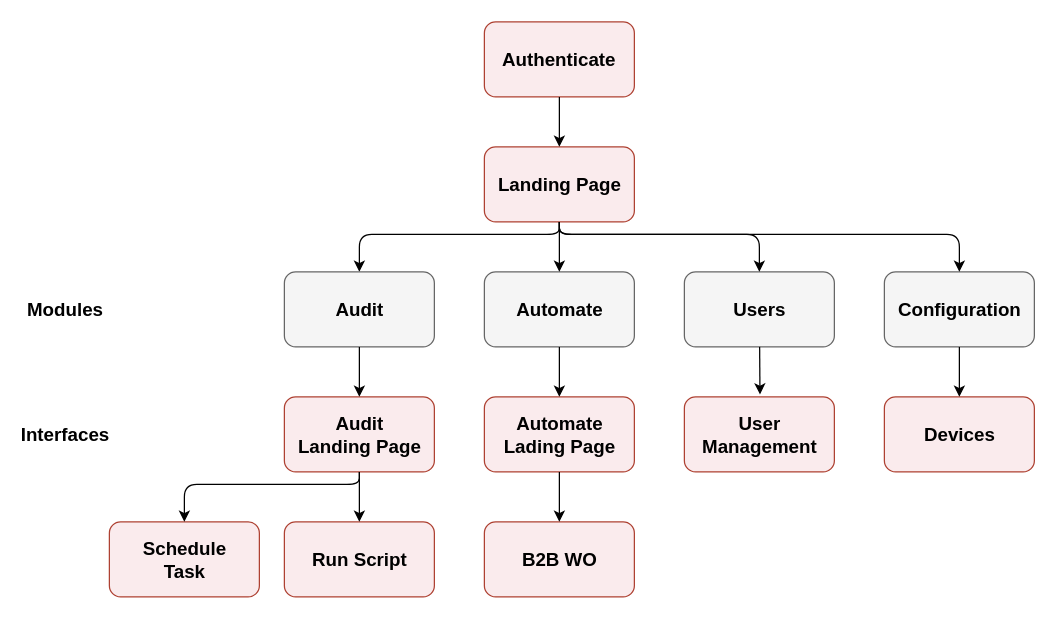
DrXneaky/Diagram keeps this draw.io diagram as diagram_interface.drawio. Above is the earlier version. Source tidied: cells renumbered, new cells numbered last; positions are measured from the earlier drawing's top-left corner, leaving out a move shared by most shapes. Both pictures are drawn from the tidied source at 125%, with x=0, y=0 at pixel (21, 21).
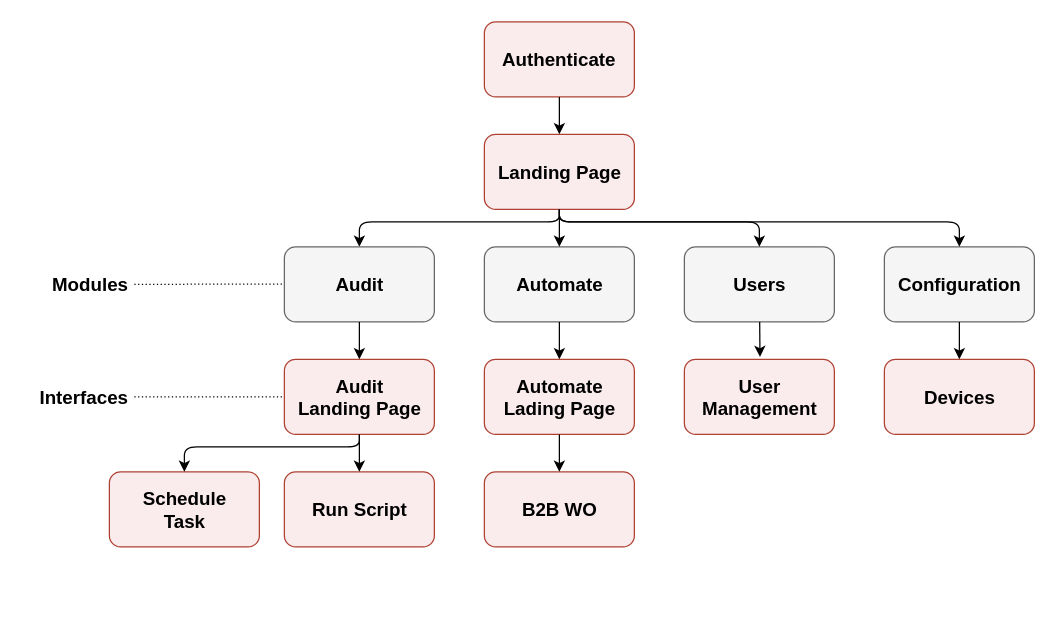
After the change.

Diff of the diagram source:
```diff
@@
     <mxCell id="3" style="rounded=1;whiteSpace=wrap;html=1;strokeColor=#ae4132;fillColor=#FAEBED;" parent="1" vertex="1">
-      <mxGeometry x="370" y="100" width="120" height="60" as="geometry" />
+      <mxGeometry x="370" y="90" width="120" height="60" as="geometry" />
     </mxCell>
     <mxCell id="4" style="rounded=1;whiteSpace=wrap;html=1;strokeColor=#ae4132;fillColor=#FAEBED;" parent="1" vertex="1">
-      <mxGeometry x="210" y="300" width="120" height="60" as="geometry" />
+      <mxGeometry x="210" y="270" width="120" height="60" as="geometry" />
     </mxCell>
     <mxCell id="5" style="rounded=1;whiteSpace=wrap;html=1;fillColor=#f5f5f5;strokeColor=#666666;fontColor=#333333;" parent="1" vertex="1">
-      <mxGeometry x="370" y="200" width="120" height="60" as="geometry" />
+      <mxGeometry x="370" y="180" width="120" height="60" as="geometry" />
     </mxCell>
     <mxCell id="6" style="rounded=1;whiteSpace=wrap;html=1;fillColor=#f5f5f5;strokeColor=#666666;fontColor=#333333;" parent="1" vertex="1">
-      <mxGeometry x="530" y="200" width="120" height="60" as="geometry" />
+      <mxGeometry x="530" y="180" width="120" height="60" as="geometry" />
     </mxCell>
     <mxCell id="7" style="rounded=1;whiteSpace=wrap;html=1;fillColor=#f5f5f5;strokeColor=#666666;fontColor=#333333;" parent="1" vertex="1">
-      <mxGeometry x="690" y="200" width="120" height="60" as="geometry" />
+      <mxGeometry x="690" y="180" width="120" height="60" as="geometry" />
     </mxCell>
     <mxCell id="8" style="rounded=1;whiteSpace=wrap;html=1;strokeColor=#ae4132;fillColor=#FAEBED;" parent="1" vertex="1">
-      <mxGeometry x="210" y="400" width="120" height="60" as="geometry" />
+      <mxGeometry x="210" y="360" width="120" height="60" as="geometry" />
     </mxCell>
     <mxCell id="9" style="rounded=1;whiteSpace=wrap;html=1;strokeColor=#ae4132;fillColor=#FAEBED;" parent="1" vertex="1">
-      <mxGeometry x="370" y="300" width="120" height="60" as="geometry" />
+      <mxGeometry x="370" y="270" width="120" height="60" as="geometry" />
     </mxCell>
     <mxCell id="10" style="rounded=1;whiteSpace=wrap;html=1;strokeColor=#ae4132;fillColor=#FAEBED;" parent="1" vertex="1">
-      <mxGeometry x="530" y="300" width="120" height="60" as="geometry" />
+      <mxGeometry x="530" y="270" width="120" height="60" as="geometry" />
     </mxCell>
     <mxCell id="11" style="rounded=1;whiteSpace=wrap;html=1;strokeColor=#ae4132;fillColor=#FAEBED;" parent="1" vertex="1">
-      <mxGeometry x="690" y="300" width="120" height="60" as="geometry" />
+      <mxGeometry x="690" y="270" width="120" height="60" as="geometry" />
     </mxCell>
     <mxCell id="12" style="rounded=1;whiteSpace=wrap;html=1;strokeColor=#ae4132;fillColor=#FAEBED;" parent="1" vertex="1">
-      <mxGeometry x="70" y="400" width="120" height="60" as="geometry" />
+      <mxGeometry x="70" y="360" width="120" height="60" as="geometry" />
     </mxCell>
@@
     <mxCell id="14" style="endArrow=classic;html=1;exitX=0.5;exitY=1;exitDx=0;exitDy=0;entryX=0.5;entryY=0;entryDx=0;entryDy=0;" parent="1" edge="1" source="3" target="35">
       <mxGeometry relative="1" as="geometry">
         <Array as="points">
-          <mxPoint x="430" y="170" />
-          <mxPoint x="270" y="170" />
+          <mxPoint x="430" y="160" />
+          <mxPoint x="270" y="160" />
         </Array>
       </mxGeometry>
     </mxCell>
@@
     <mxCell id="16" style="endArrow=classic;html=1;exitX=0.5;exitY=1;exitDx=0;exitDy=0;entryX=0.5;entryY=0;entryDx=0;entryDy=0;" parent="1" edge="1" source="3" target="6">
       <mxGeometry relative="1" as="geometry">
         <Array as="points">
-          <mxPoint x="430" y="170" />
-          <mxPoint x="590" y="170" />
+          <mxPoint x="430" y="160" />
+          <mxPoint x="590" y="160" />
         </Array>
       </mxGeometry>
     </mxCell>
     <mxCell id="17" style="endArrow=classic;html=1;entryX=0.5;entryY=0;entryDx=0;entryDy=0;exitX=0.5;exitY=1;exitDx=0;exitDy=0;" parent="1" edge="1" source="3" target="7">
       <mxGeometry relative="1" as="geometry">
         <Array as="points">
-          <mxPoint x="430" y="170" />
-          <mxPoint x="750" y="170" />
+          <mxPoint x="430" y="160" />
+          <mxPoint x="750" y="160" />
         </Array>
       </mxGeometry>
     </mxCell>
@@
     <mxCell id="22" style="endArrow=classic;html=1;exitX=0.5;exitY=1;exitDx=0;exitDy=0;entryX=0.5;entryY=0;entryDx=0;entryDy=0;" parent="1" edge="1" source="4" target="12">
       <mxGeometry relative="1" as="geometry">
         <Array as="points">
-          <mxPoint x="270" y="370" />
-          <mxPoint x="130" y="370" />
+          <mxPoint x="270" y="340" />
+          <mxPoint x="130" y="340" />
         </Array>
       </mxGeometry>
     </mxCell>
     <mxCell id="23" style="edgeStyle=orthogonalEdgeStyle;rounded=0;orthogonalLoop=1;jettySize=auto;html=1;exitX=0.5;exitY=1;exitDx=0;exitDy=0;" parent="1" edge="1">
       <mxGeometry relative="1" as="geometry">
-        <mxPoint x="30" y="240" as="sourcePoint" />
-        <mxPoint x="30" y="240" as="targetPoint" />
+        <mxPoint x="50" y="220" as="sourcePoint" />
+        <mxPoint x="50" y="220" as="targetPoint" />
       </mxGeometry>
     </mxCell>
@@
     <mxCell id="25" value="&lt;font face=&quot;Old Standard TT&quot; style=&quot;font-size: 15px&quot;&gt;Landing Page&lt;/font&gt;" style="text;html=1;strokeColor=none;fillColor=none;align=center;verticalAlign=middle;whiteSpace=wrap;rounded=0;fontStyle=1;" parent="1" vertex="1">
-      <mxGeometry x="377.5" y="120" width="105" height="20" as="geometry" />
+      <mxGeometry x="377.5" y="110" width="105" height="20" as="geometry" />
     </mxCell>
     <mxCell id="26" value="&lt;font face=&quot;Old Standard TT&quot; style=&quot;font-size: 15px&quot;&gt;Audit &lt;br&gt;Landing Page&lt;/font&gt;" style="text;html=1;strokeColor=none;fillColor=none;align=center;verticalAlign=middle;whiteSpace=wrap;rounded=0;fontStyle=1;" parent="1" vertex="1">
-      <mxGeometry x="217.5" y="320" width="105" height="20" as="geometry" />
+      <mxGeometry x="217.5" y="290" width="105" height="20" as="geometry" />
     </mxCell>
     <mxCell id="27" value="&lt;font face=&quot;Old Standard TT&quot; style=&quot;font-size: 15px&quot;&gt;Automate&lt;/font&gt;" style="text;html=1;strokeColor=none;fillColor=none;align=center;verticalAlign=middle;whiteSpace=wrap;rounded=0;fontStyle=1;" parent="1" vertex="1">
-      <mxGeometry x="377.5" y="220" width="105" height="20" as="geometry" />
+      <mxGeometry x="377.5" y="200" width="105" height="20" as="geometry" />
     </mxCell>
     <mxCell id="28" value="&lt;font face=&quot;Old Standard TT&quot;&gt;&lt;span style=&quot;font-size: 15px&quot;&gt;Users&lt;/span&gt;&lt;/font&gt;" style="text;html=1;strokeColor=none;fillColor=none;align=center;verticalAlign=middle;whiteSpace=wrap;rounded=0;fontStyle=1;" parent="1" vertex="1">
-      <mxGeometry x="537.5" y="220" width="105" height="20" as="geometry" />
+      <mxGeometry x="537.5" y="200" width="105" height="20" as="geometry" />
     </mxCell>
     <mxCell id="29" value="&lt;font face=&quot;Old Standard TT&quot;&gt;&lt;span style=&quot;font-size: 15px&quot;&gt;Configuration&lt;/span&gt;&lt;/font&gt;" style="text;html=1;strokeColor=none;fillColor=none;align=center;verticalAlign=middle;whiteSpace=wrap;rounded=0;fontStyle=1;" parent="1" vertex="1">
-      <mxGeometry x="697.5" y="220" width="105" height="20" as="geometry" />
+      <mxGeometry x="697.5" y="200" width="105" height="20" as="geometry" />
     </mxCell>
     <mxCell id="30" value="&lt;font face=&quot;Old Standard TT&quot; style=&quot;font-size: 15px&quot;&gt;Schedule Task&lt;/font&gt;" style="text;html=1;strokeColor=none;fillColor=none;align=center;verticalAlign=middle;whiteSpace=wrap;rounded=0;fontStyle=1;" parent="1" vertex="1">
-      <mxGeometry x="77.5" y="420" width="105" height="20" as="geometry" />
+      <mxGeometry x="77.5" y="380" width="105" height="20" as="geometry" />
     </mxCell>
     <mxCell id="31" value="&lt;font face=&quot;Old Standard TT&quot;&gt;&lt;span style=&quot;font-size: 15px&quot;&gt;Run Script&lt;/span&gt;&lt;/font&gt;" style="text;html=1;strokeColor=none;fillColor=none;align=center;verticalAlign=middle;whiteSpace=wrap;rounded=0;fontStyle=1;" parent="1" vertex="1">
-      <mxGeometry x="217.5" y="420" width="105" height="20" as="geometry" />
+      <mxGeometry x="217.5" y="380" width="105" height="20" as="geometry" />
     </mxCell>
     <mxCell id="32" value="&lt;font face=&quot;Old Standard TT&quot; style=&quot;font-size: 15px&quot;&gt;Automate Lading Page&lt;/font&gt;" style="text;html=1;strokeColor=none;fillColor=none;align=center;verticalAlign=middle;whiteSpace=wrap;rounded=0;fontStyle=1;" parent="1" vertex="1">
-      <mxGeometry x="377.5" y="315" width="105" height="30" as="geometry" />
+      <mxGeometry x="377.5" y="285" width="105" height="30" as="geometry" />
     </mxCell>
     <mxCell id="33" value="&lt;font face=&quot;Old Standard TT&quot; style=&quot;font-size: 15px&quot;&gt;User Management&lt;/font&gt;" style="text;html=1;strokeColor=none;fillColor=none;align=center;verticalAlign=middle;whiteSpace=wrap;rounded=0;fontStyle=1;" parent="1" vertex="1">
-      <mxGeometry x="537.5" y="320" width="105" height="20" as="geometry" />
+      <mxGeometry x="537.5" y="290" width="105" height="20" as="geometry" />
     </mxCell>
     <mxCell id="34" value="&lt;font face=&quot;Old Standard TT&quot; style=&quot;font-size: 15px&quot;&gt;Devices&lt;/font&gt;" style="text;html=1;strokeColor=none;fillColor=none;align=center;verticalAlign=middle;whiteSpace=wrap;rounded=0;fontStyle=1;" parent="1" vertex="1">
-      <mxGeometry x="697.5" y="320" width="105" height="20" as="geometry" />
+      <mxGeometry x="697.5" y="290" width="105" height="20" as="geometry" />
     </mxCell>
     <mxCell id="35" style="rounded=1;whiteSpace=wrap;html=1;fillColor=#f5f5f5;strokeColor=#666666;fontColor=#333333;" parent="1" vertex="1">
-      <mxGeometry x="210" y="200" width="120" height="60" as="geometry" />
+      <mxGeometry x="210" y="180" width="120" height="60" as="geometry" />
     </mxCell>
     <mxCell id="36" value="&lt;font face=&quot;Old Standard TT&quot; style=&quot;font-size: 15px&quot;&gt;Audit&lt;/font&gt;" style="text;html=1;strokeColor=none;fillColor=none;align=center;verticalAlign=middle;whiteSpace=wrap;rounded=0;fontStyle=1;" parent="1" vertex="1">
-      <mxGeometry x="217.5" y="220" width="105" height="20" as="geometry" />
+      <mxGeometry x="217.5" y="200" width="105" height="20" as="geometry" />
     </mxCell>
     <mxCell id="37" style="rounded=1;whiteSpace=wrap;html=1;strokeColor=#ae4132;fillColor=#FAEBED;" parent="1" vertex="1">
-      <mxGeometry x="370" y="400" width="120" height="60" as="geometry" />
+      <mxGeometry x="370" y="360" width="120" height="60" as="geometry" />
     </mxCell>
     <mxCell id="38" value="&lt;font face=&quot;Old Standard TT&quot; style=&quot;font-size: 15px&quot;&gt;B2B WO&lt;/font&gt;" style="text;html=1;strokeColor=none;fillColor=none;align=center;verticalAlign=middle;whiteSpace=wrap;rounded=0;fontStyle=1;" parent="1" vertex="1">
-      <mxGeometry x="377.5" y="420" width="105" height="20" as="geometry" />
+      <mxGeometry x="377.5" y="380" width="105" height="20" as="geometry" />
     </mxCell>
@@
     <mxCell id="41" value="&lt;font face=&quot;Old Standard TT&quot; style=&quot;font-size: 15px&quot;&gt;Modules&lt;/font&gt;" style="text;html=1;strokeColor=none;fillColor=none;align=center;verticalAlign=middle;whiteSpace=wrap;rounded=0;fontStyle=1;" parent="1" vertex="1">
-      <mxGeometry y="220" width="70" height="20" as="geometry" />
+      <mxGeometry x="20" y="200" width="70" height="20" as="geometry" />
     </mxCell>
     <mxCell id="42" value="&lt;font face=&quot;Old Standard TT&quot; style=&quot;font-size: 15px&quot;&gt;Interfaces&lt;/font&gt;" style="text;html=1;strokeColor=none;fillColor=none;align=center;verticalAlign=middle;whiteSpace=wrap;rounded=0;fontStyle=1;" parent="1" vertex="1">
-      <mxGeometry y="320" width="70" height="20" as="geometry" />
+      <mxGeometry x="10" y="290" width="80" height="20" as="geometry" />
     </mxCell>
+    <mxCell id="43" style="endArrow=none;dashed=1;html=1;strokeWidth=1;fontColor=#FFFFFF;dashPattern=1 2;entryX=0;entryY=0.5;entryDx=0;entryDy=0;exitX=1;exitY=0.5;exitDx=0;exitDy=0;" parent="1" edge="1" source="42" target="4">
+      <mxGeometry relative="1" as="geometry" />
+    </mxCell>
+    <mxCell id="44" style="endArrow=none;dashed=1;html=1;strokeWidth=1;fontColor=#FFFFFF;dashPattern=1 2;entryX=0;entryY=0.5;entryDx=0;entryDy=0;" parent="1" edge="1" source="41">
+      <mxGeometry relative="1" as="geometry">
+        <mxPoint x="210" y="209.8" as="targetPoint" />
+      </mxGeometry>
+    </mxCell>
```
